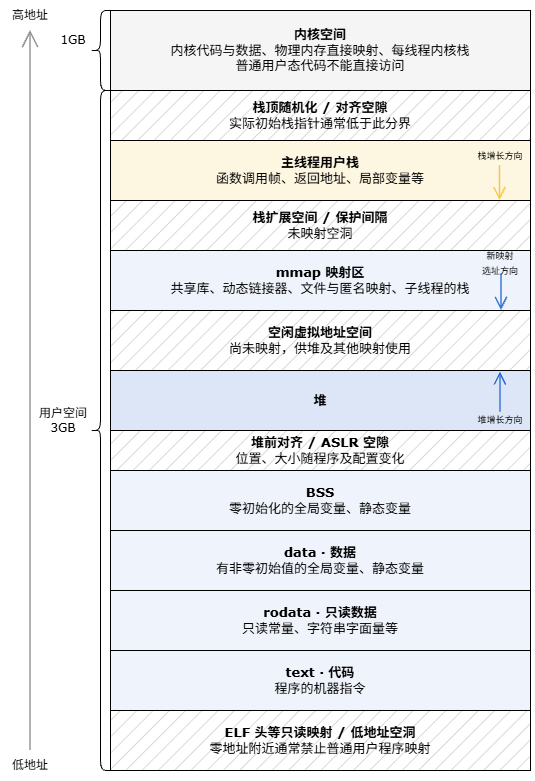
Above: os/32位Linux进程虚拟地址空间布局.drawio.png in oHo404/imgrepo (draw.io), before the change. Source tidied: cells renumbered, new cells last; positions are measured from the earlier drawing's top-left corner, leaving out a move shared by most shapes.
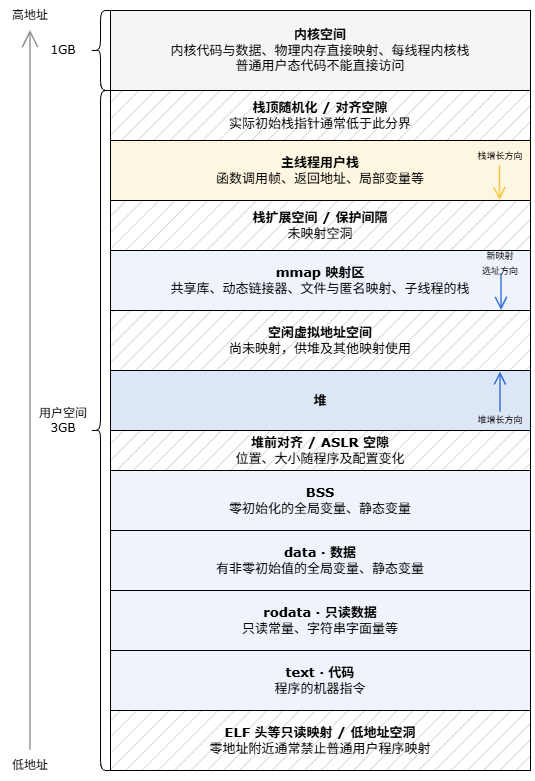
Later version of the same file.

Commit message:
更新32位Linux进程虚拟地址空间布局.drawio.png

The edit, as a diff of the source:
```diff
@@ -91,14 +91,11 @@
     <mxCell id="27" value="&lt;font face=&quot;Verdana&quot;&gt;高地址&lt;/font&gt;" style="text;html=1;whiteSpace=wrap;strokeColor=none;fillColor=none;align=center;verticalAlign=middle;rounded=0;" parent="1" vertex="1">
       <mxGeometry width="60" height="30" as="geometry" />
     </mxCell>
-    <mxCell id="28" style="group;" parent="1" vertex="1">
-      <mxGeometry x="43" width="487" height="80" as="geometry" />
-    </mxCell>
-    <mxCell id="29" value="&lt;font face=&quot;Verdana&quot;&gt;1GB&lt;/font&gt;" style="text;html=1;whiteSpace=wrap;strokeColor=none;fillColor=none;align=center;verticalAlign=middle;rounded=0;" parent="28" vertex="1">
-      <mxGeometry y="25" width="60" height="30" as="geometry" />
+    <mxCell id="29" value="&lt;font face=&quot;Verdana&quot;&gt;1GB&lt;/font&gt;" style="text;html=1;whiteSpace=wrap;strokeColor=none;fillColor=none;align=center;verticalAlign=middle;rounded=0;" parent="1" vertex="1">
+      <mxGeometry x="33" y="35" width="60" height="30" as="geometry" />
     </mxCell>
-    <mxCell id="30" style="group;" parent="28" vertex="1">
-      <mxGeometry x="47" y="10" width="440" height="80" as="geometry" />
+    <mxCell id="30" style="group;" parent="1" vertex="1">
+      <mxGeometry x="90" y="10" width="440" height="80" as="geometry" />
     </mxCell>
     <mxCell id="31" value="&lt;font style=&quot;font-size: 13px;&quot; face=&quot;Verdana&quot;&gt;&lt;b&gt;内核空间&lt;/b&gt;&lt;/font&gt;&lt;div&gt;&lt;font style=&quot;font-size: 13px;&quot; face=&quot;Verdana&quot;&gt;内核代码与数据、物理内存直接映射、每线程内核栈&lt;/font&gt;&lt;/div&gt;&lt;div&gt;&lt;font style=&quot;font-size: 13px;&quot; face=&quot;Verdana&quot;&gt;普通用户态代码不能直接访问&lt;/font&gt;&lt;/div&gt;" style="rounded=0;whiteSpace=wrap;html=1;fillColor=#F5F5F5;" parent="30" vertex="1">
       <mxGeometry x="20" width="420" height="80" as="geometry" />
```
